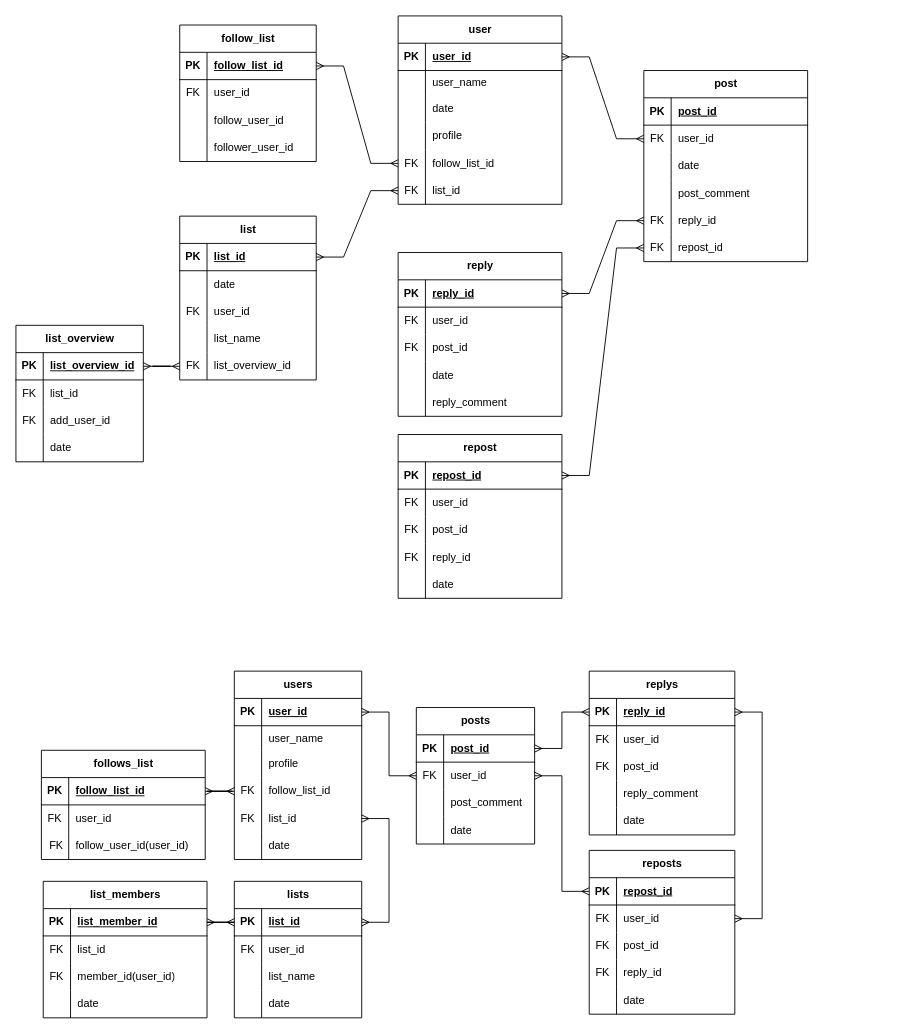
Above: X.drawio in namacosansan/ER (draw.io), before the change. Source tidied: cells renumbered, new cells numbered last; positions are measured from the earlier drawing's top-left corner, leaving out a move shared by most shapes. Both pictures are drawn from the tidied source at 91%, with x=0, y=0 at pixel (15, 15).
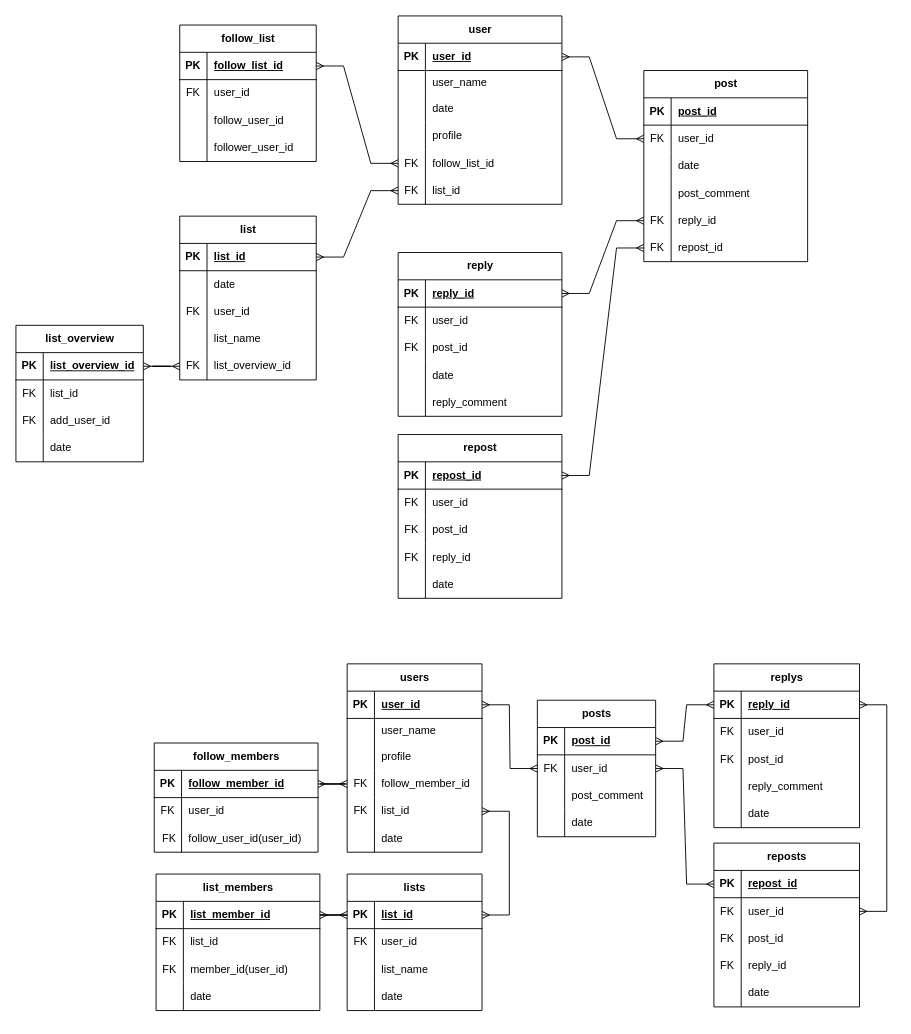
Above is the later version.

Commit message:
X.drawio を更新します

The change refers to these unchanged cells:
```xml
<mxCell id="141" style="shape=tableRow;horizontal=0;startSize=0;swimlaneHead=0;swimlaneBody=0;fillColor=none;points=[[0,0.5],[1,0.5]];portConstraint=eastwest;top=0;left=0;right=0;bottom=1;" parent="140" vertex="1">
  <mxGeometry y="30" width="160" height="30" as="geometry" />
</mxCell>
<mxCell id="157" style="shape=tableRow;horizontal=0;startSize=0;swimlaneHead=0;swimlaneBody=0;fillColor=none;points=[[0,0.5],[1,0.5]];portConstraint=eastwest;top=0;left=0;right=0;bottom=1;" parent="156" vertex="1">
  <mxGeometry y="30" width="160" height="30" as="geometry" />
</mxCell>
<mxCell id="160" style="shape=tableRow;horizontal=0;startSize=0;swimlaneHead=0;swimlaneBody=0;fillColor=none;points=[[0,0.5],[1,0.5]];portConstraint=eastwest;top=0;left=0;right=0;bottom=0;" parent="156" vertex="1">
  <mxGeometry y="60" width="160" height="30" as="geometry" />
</mxCell>
<mxCell id="186" style="shape=tableRow;horizontal=0;startSize=0;swimlaneHead=0;swimlaneBody=0;fillColor=none;points=[[0,0.5],[1,0.5]];portConstraint=eastwest;top=0;left=0;right=0;bottom=1;" parent="185" vertex="1">
  <mxGeometry y="30" width="180" height="30" as="geometry" />
</mxCell>
<mxCell id="196" style="shape=tableRow;horizontal=0;startSize=0;swimlaneHead=0;swimlaneBody=0;fillColor=none;points=[[0,0.5],[1,0.5]];portConstraint=eastwest;top=0;left=0;right=0;bottom=1;" parent="195" vertex="1">
  <mxGeometry y="30" width="130" height="30" as="geometry" />
</mxCell>
<mxCell id="199" style="shape=tableRow;horizontal=0;startSize=0;swimlaneHead=0;swimlaneBody=0;fillColor=none;points=[[0,0.5],[1,0.5]];portConstraint=eastwest;top=0;left=0;right=0;bottom=0;" parent="195" vertex="1">
  <mxGeometry y="60" width="130" height="30" as="geometry" />
</mxCell>
```

Diff of the diagram source:
```diff
@@
     <mxCell id="121" value="users" style="shape=table;startSize=30;childLayout=tableLayout;rowLines=0;fontStyle=1;align=center;html=1;" parent="1" vertex="1">
-      <mxGeometry x="240" y="720" width="140" height="207" as="geometry" />
+      <mxGeometry x="364" y="712" width="148.2" height="207" as="geometry" />
     </mxCell>
     <mxCell id="122" style="shape=tableRow;horizontal=0;startSize=0;swimlaneHead=0;swimlaneBody=0;fillColor=none;points=[[0,0.5],[1,0.5]];portConstraint=eastwest;top=0;left=0;right=0;bottom=1;" parent="121" vertex="1">
-      <mxGeometry y="30" width="140" height="30" as="geometry" />
+      <mxGeometry y="30" width="148.2" height="30" as="geometry" />
     </mxCell>
@@
     <mxCell id="124" value="user_id" style="shape=partialRectangle;fillColor=none;top=0;left=0;bottom=0;right=0;align=left;spacingLeft=6;fontStyle=5;overflow=hidden;whiteSpace=wrap;html=1;" parent="122" vertex="1">
-      <mxGeometry x="30" width="110" height="30" as="geometry" />
+      <mxGeometry x="30" width="118.2" height="30" as="geometry" />
     </mxCell>
     <mxCell id="125" style="shape=tableRow;horizontal=0;startSize=0;swimlaneHead=0;swimlaneBody=0;fillColor=none;top=0;left=0;right=0;bottom=0;" parent="121" vertex="1">
-      <mxGeometry y="60" width="140" height="27" as="geometry" />
+      <mxGeometry y="60" width="148.2" height="27" as="geometry" />
     </mxCell>
@@
     <mxCell id="127" value="user_name" style="shape=partialRectangle;fillColor=none;top=0;left=0;bottom=0;right=0;align=left;spacingLeft=6;overflow=hidden;whiteSpace=wrap;html=1;" parent="125" vertex="1">
-      <mxGeometry x="30" width="110" height="27" as="geometry" />
+      <mxGeometry x="30" width="118.2" height="27" as="geometry" />
     </mxCell>
     <mxCell id="128" style="shape=tableRow;horizontal=0;startSize=0;swimlaneHead=0;swimlaneBody=0;fillColor=none;top=0;left=0;right=0;bottom=0;" parent="121" vertex="1">
-      <mxGeometry y="87" width="140" height="30" as="geometry" />
+      <mxGeometry y="87" width="148.2" height="30" as="geometry" />
     </mxCell>
@@
     <mxCell id="130" value="profile" style="shape=partialRectangle;fillColor=none;top=0;left=0;bottom=0;right=0;align=left;spacingLeft=6;overflow=hidden;whiteSpace=wrap;html=1;" parent="128" vertex="1">
-      <mxGeometry x="30" width="110" height="30" as="geometry" />
+      <mxGeometry x="30" width="118.2" height="30" as="geometry" />
     </mxCell>
     <mxCell id="131" style="shape=tableRow;horizontal=0;startSize=0;swimlaneHead=0;swimlaneBody=0;fillColor=none;points=[[0,0.5],[1,0.5]];portConstraint=eastwest;top=0;left=0;right=0;bottom=0;" parent="121" vertex="1">
-      <mxGeometry y="117" width="140" height="30" as="geometry" />
+      <mxGeometry y="117" width="148.2" height="30" as="geometry" />
     </mxCell>
@@
-    <mxCell id="133" value="follow_list_id" style="shape=partialRectangle;fillColor=none;top=0;left=0;bottom=0;right=0;align=left;spacingLeft=6;overflow=hidden;whiteSpace=wrap;html=1;" parent="131" vertex="1">
-      <mxGeometry x="30" width="110" height="30" as="geometry" />
+    <mxCell id="133" value="follow_member_id" style="shape=partialRectangle;fillColor=none;top=0;left=0;bottom=0;right=0;align=left;spacingLeft=6;overflow=hidden;whiteSpace=wrap;html=1;" parent="131" vertex="1">
+      <mxGeometry x="30" width="118.2" height="30" as="geometry" />
     </mxCell>
     <mxCell id="134" style="shape=tableRow;horizontal=0;startSize=0;swimlaneHead=0;swimlaneBody=0;fillColor=none;points=[[0,0.5],[1,0.5]];portConstraint=eastwest;top=0;left=0;right=0;bottom=0;" parent="121" vertex="1">
-      <mxGeometry y="147" width="140" height="30" as="geometry" />
+      <mxGeometry y="147" width="148.2" height="30" as="geometry" />
     </mxCell>
@@
     <mxCell id="136" value="list_id" style="shape=partialRectangle;fillColor=none;top=0;left=0;bottom=0;right=0;align=left;spacingLeft=6;overflow=hidden;whiteSpace=wrap;html=1;" parent="134" vertex="1">
-      <mxGeometry x="30" width="110" height="30" as="geometry" />
+      <mxGeometry x="30" width="118.2" height="30" as="geometry" />
     </mxCell>
     <mxCell id="137" style="shape=tableRow;horizontal=0;startSize=0;swimlaneHead=0;swimlaneBody=0;fillColor=none;top=0;left=0;right=0;bottom=0;" parent="121" vertex="1">
-      <mxGeometry y="177" width="140" height="30" as="geometry" />
+      <mxGeometry y="177" width="148.2" height="30" as="geometry" />
     </mxCell>
@@
     <mxCell id="139" value="date" style="shape=partialRectangle;fillColor=none;top=0;left=0;bottom=0;right=0;align=left;spacingLeft=6;overflow=hidden;whiteSpace=wrap;html=1;" parent="137" vertex="1">
-      <mxGeometry x="30" width="110" height="30" as="geometry" />
+      <mxGeometry x="30" width="118.2" height="30" as="geometry" />
     </mxCell>
     <mxCell id="140" value="replys" style="shape=table;startSize=30;childLayout=tableLayout;rowLines=0;fontStyle=1;align=center;html=1;" parent="1" vertex="1">
-      <mxGeometry x="630" y="720" width="160" height="180" as="geometry" />
+      <mxGeometry x="767" y="712" width="160" height="180" as="geometry" />
     </mxCell>
@@
     <mxCell id="156" value="reposts" style="shape=table;startSize=30;childLayout=tableLayout;rowLines=0;fontStyle=1;align=center;html=1;" parent="1" vertex="1">
-      <mxGeometry x="630" y="917" width="160" height="180" as="geometry" />
+      <mxGeometry x="767" y="909" width="160" height="180" as="geometry" />
     </mxCell>
@@
     <mxCell id="172" value="list_members" style="shape=table;startSize=30;childLayout=tableLayout;rowLines=0;fontStyle=1;align=center;html=1;" parent="1" vertex="1">
-      <mxGeometry x="30" y="951" width="180" height="150" as="geometry" />
+      <mxGeometry x="154" y="943" width="180" height="150" as="geometry" />
     </mxCell>
@@
-    <mxCell id="185" value="follows_list" style="shape=table;startSize=30;childLayout=tableLayout;rowLines=0;fontStyle=1;align=center;html=1;" parent="1" vertex="1">
-      <mxGeometry x="28" y="807" width="180" height="120" as="geometry" />
+    <mxCell id="185" value="follow_members" style="shape=table;startSize=30;childLayout=tableLayout;rowLines=0;fontStyle=1;align=center;html=1;" parent="1" vertex="1">
+      <mxGeometry x="152" y="799" width="180" height="120" as="geometry" />
     </mxCell>
@@
-    <mxCell id="188" value="follow_list_id" style="shape=partialRectangle;fillColor=none;top=0;left=0;bottom=0;right=0;align=left;spacingLeft=6;fontStyle=5;overflow=hidden;whiteSpace=wrap;html=1;" parent="186" vertex="1">
+    <mxCell id="188" value="&lt;span style=&quot;text-align: center; text-wrap-mode: nowrap;&quot;&gt;follow_member_id&lt;/span&gt;" style="shape=partialRectangle;fillColor=none;top=0;left=0;bottom=0;right=0;align=left;spacingLeft=6;fontStyle=5;overflow=hidden;whiteSpace=wrap;html=1;" parent="186" vertex="1">
       <mxGeometry x="30" width="150" height="30" as="geometry" />
     </mxCell>
@@
     <mxCell id="195" value="posts" style="shape=table;startSize=30;childLayout=tableLayout;rowLines=0;fontStyle=1;align=center;html=1;" parent="1" vertex="1">
-      <mxGeometry x="440" y="760" width="130" height="150" as="geometry" />
+      <mxGeometry x="573" y="752" width="130" height="150" as="geometry" />
     </mxCell>
@@
     <mxCell id="210" value="lists" style="shape=table;startSize=30;childLayout=tableLayout;rowLines=0;fontStyle=1;align=center;html=1;" parent="1" vertex="1">
-      <mxGeometry x="240" y="951" width="140" height="150" as="geometry" />
+      <mxGeometry x="364" y="943" width="148.2" height="150" as="geometry" />
     </mxCell>
     <mxCell id="211" style="shape=tableRow;horizontal=0;startSize=0;swimlaneHead=0;swimlaneBody=0;fillColor=none;points=[[0,0.5],[1,0.5]];portConstraint=eastwest;top=0;left=0;right=0;bottom=1;" parent="210" vertex="1">
-      <mxGeometry y="30" width="140" height="30" as="geometry" />
+      <mxGeometry y="30" width="148.2" height="30" as="geometry" />
     </mxCell>
@@
     <mxCell id="213" value="list_id" style="shape=partialRectangle;fillColor=none;top=0;left=0;bottom=0;right=0;align=left;spacingLeft=6;fontStyle=5;overflow=hidden;whiteSpace=wrap;html=1;" parent="211" vertex="1">
-      <mxGeometry x="30" width="110" height="30" as="geometry" />
+      <mxGeometry x="30" width="118.2" height="30" as="geometry" />
     </mxCell>
     <mxCell id="214" style="shape=tableRow;horizontal=0;startSize=0;swimlaneHead=0;swimlaneBody=0;fillColor=none;top=0;left=0;right=0;bottom=0;" parent="210" vertex="1">
-      <mxGeometry y="60" width="140" height="30" as="geometry" />
+      <mxGeometry y="60" width="148.2" height="30" as="geometry" />
     </mxCell>
@@
     <mxCell id="216" value="&lt;div&gt;&lt;span style=&quot;background-color: transparent; color: light-dark(rgb(0, 0, 0), rgb(255, 255, 255));&quot;&gt;user_id&lt;/span&gt;&lt;/div&gt;" style="shape=partialRectangle;fillColor=none;top=0;left=0;bottom=0;right=0;align=left;spacingLeft=6;overflow=hidden;whiteSpace=wrap;html=1;" parent="214" vertex="1">
-      <mxGeometry x="30" width="110" height="30" as="geometry" />
+      <mxGeometry x="30" width="118.2" height="30" as="geometry" />
     </mxCell>
     <mxCell id="217" style="shape=tableRow;horizontal=0;startSize=0;swimlaneHead=0;swimlaneBody=0;fillColor=none;top=0;left=0;right=0;bottom=0;" parent="210" vertex="1">
-      <mxGeometry y="90" width="140" height="30" as="geometry" />
+      <mxGeometry y="90" width="148.2" height="30" as="geometry" />
     </mxCell>
@@
     <mxCell id="219" value="&lt;div&gt;&lt;span style=&quot;background-color: transparent; color: light-dark(rgb(0, 0, 0), rgb(255, 255, 255));&quot;&gt;list_name&lt;/span&gt;&lt;/div&gt;" style="shape=partialRectangle;fillColor=none;top=0;left=0;bottom=0;right=0;align=left;spacingLeft=6;overflow=hidden;whiteSpace=wrap;html=1;" parent="217" vertex="1">
-      <mxGeometry x="30" width="110" height="30" as="geometry" />
+      <mxGeometry x="30" width="118.2" height="30" as="geometry" />
     </mxCell>
     <mxCell id="220" style="shape=tableRow;horizontal=0;startSize=0;swimlaneHead=0;swimlaneBody=0;fillColor=none;top=0;left=0;right=0;bottom=0;" parent="210" vertex="1">
-      <mxGeometry y="120" width="140" height="30" as="geometry" />
+      <mxGeometry y="120" width="148.2" height="30" as="geometry" />
     </mxCell>
@@
     <mxCell id="222" value="date" style="shape=partialRectangle;fillColor=none;top=0;left=0;bottom=0;right=0;align=left;spacingLeft=6;overflow=hidden;whiteSpace=wrap;html=1;" parent="220" vertex="1">
-      <mxGeometry x="30" width="110" height="30" as="geometry" />
+      <mxGeometry x="30" width="118.2" height="30" as="geometry" />
     </mxCell>
@@
     <mxCell id="225" style="edgeStyle=entityRelationEdgeStyle;fontSize=12;html=1;endArrow=ERmany;startArrow=ERmany;rounded=0;exitX=0;exitY=0.5;exitDx=0;exitDy=0;entryX=1;entryY=0.5;entryDx=0;entryDy=0;" parent="1" edge="1" source="141" target="196">
       <mxGeometry relative="1" as="geometry">
         <Array as="points">
-          <mxPoint x="600" y="810" />
+          <mxPoint x="724" y="802" />
         </Array>
       </mxGeometry>
     </mxCell>
     <mxCell id="226" style="edgeStyle=entityRelationEdgeStyle;fontSize=12;html=1;endArrow=ERmany;startArrow=ERmany;rounded=0;exitX=0;exitY=0.5;exitDx=0;exitDy=0;entryX=1;entryY=0.5;entryDx=0;entryDy=0;" parent="1" edge="1" source="157" target="199">
       <mxGeometry relative="1" as="geometry">
         <Array as="points">
-          <mxPoint x="580" y="935" />
+          <mxPoint x="704" y="927" />
         </Array>
       </mxGeometry>
     </mxCell>
     <mxCell id="227" style="edgeStyle=entityRelationEdgeStyle;fontSize=12;html=1;endArrow=ERmany;startArrow=ERmany;rounded=0;exitX=1;exitY=0.5;exitDx=0;exitDy=0;entryX=1;entryY=0.5;entryDx=0;entryDy=0;" parent="1" edge="1" source="141" target="160">
       <mxGeometry relative="1" as="geometry">
         <Array as="points">
-          <mxPoint x="790" y="895" />
+          <mxPoint x="927" y="887" />
         </Array>
       </mxGeometry>
     </mxCell>
```
